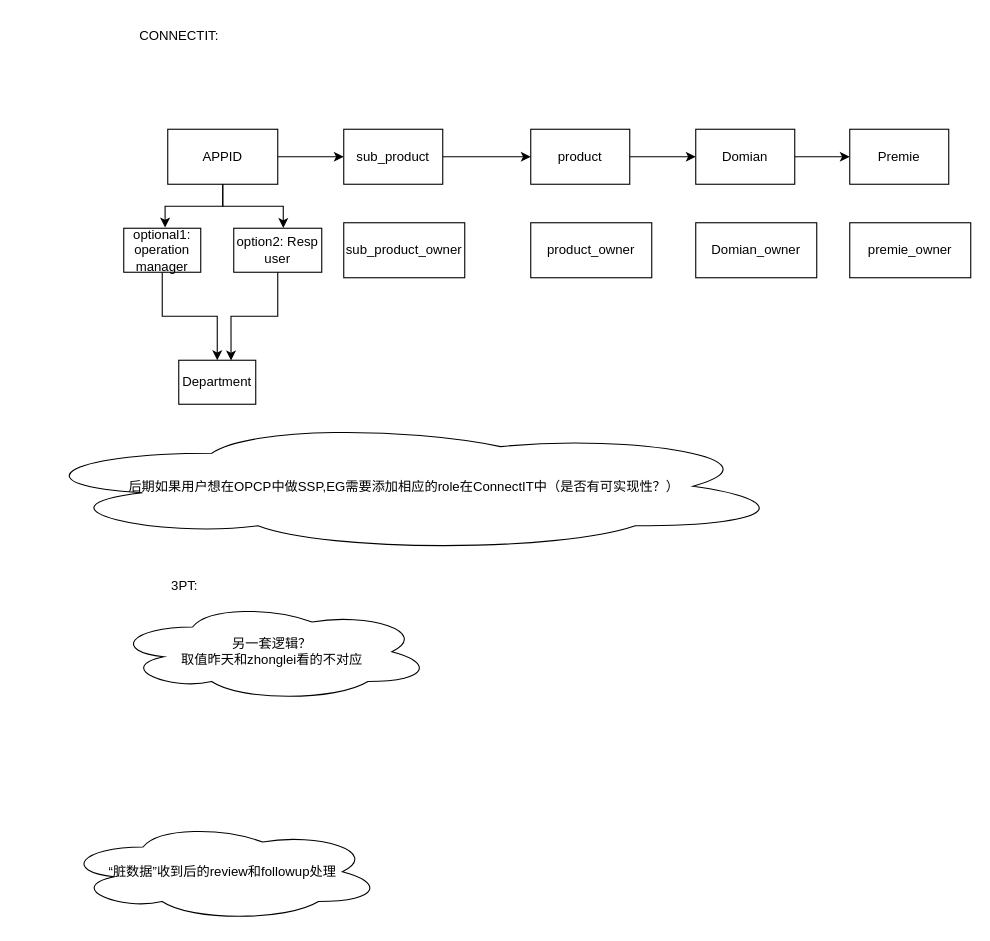
Before: 未命名绘图.drawio in sjlmsj/aaa, a draw.io diagram. Source tidied: cells renumbered, new cells numbered last; positions are measured from the earlier drawing's top-left corner, leaving out a move shared by most shapes. Both pictures are drawn from the tidied source at 110%, with x=0, y=0 at pixel (19, 19).
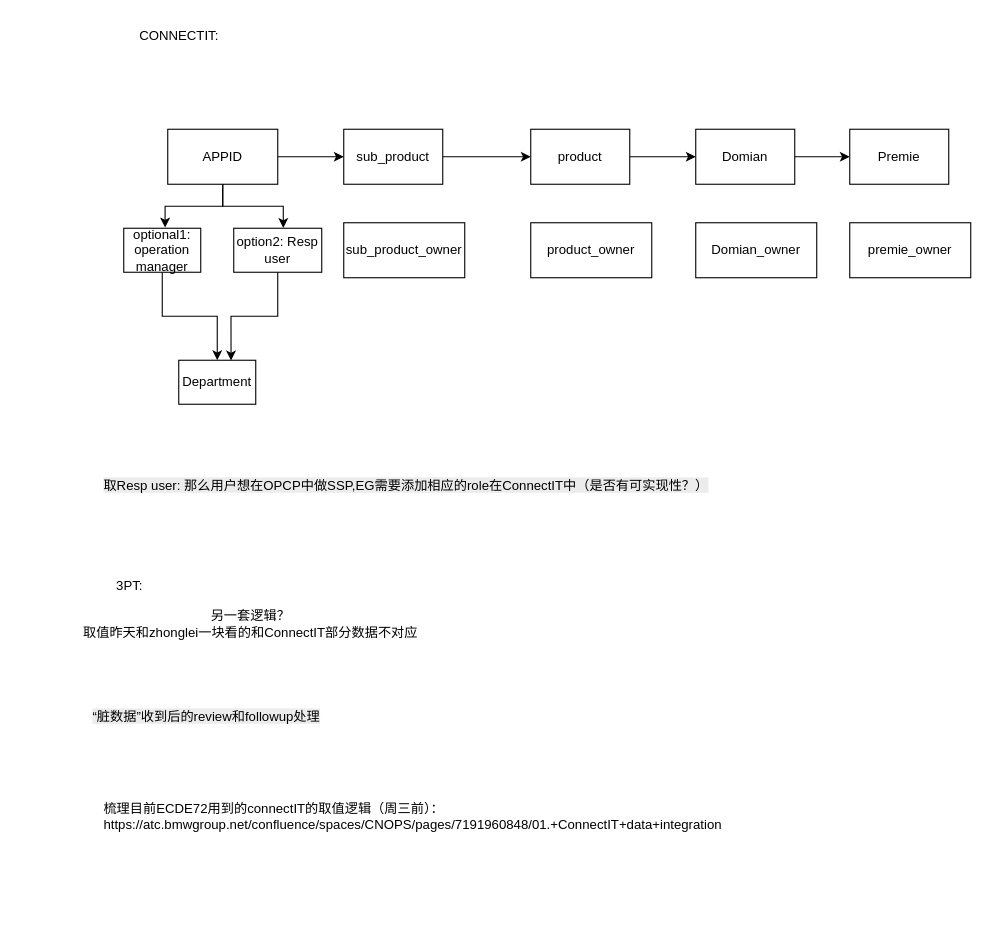
The same diagram, later.

Commit message:
更新未命名绘图.drawio

Diff of the diagram source:
```diff
@@
     <mxCell id="23" value="3PT:" style="text;html=1;align=center;verticalAlign=middle;strokeColor=none;fillColor=none;" parent="1" vertex="1">
-      <mxGeometry x="125" y="500" width="50" height="30" as="geometry" />
+      <mxGeometry x="75" y="500" width="50" height="30" as="geometry" />
     </mxCell>
-    <mxCell id="24" value="&lt;span style=&quot;text-wrap-mode: nowrap;&quot;&gt;另一套逻辑？&lt;/span&gt;&lt;div style=&quot;text-wrap-mode: nowrap;&quot;&gt;取值昨天和zhonglei看的不对应&lt;/div&gt;" style="ellipse;shape=cloud;whiteSpace=wrap;html=1;" parent="1" vertex="1">
-      <mxGeometry x="85" y="530" width="290" height="90" as="geometry" />
-    </mxCell>
-    <mxCell id="25" value="&lt;span style=&quot;text-wrap-mode: nowrap;&quot;&gt;后期如果用户想在OPCP中做SSP,EG需要添加相应的role在ConnectIT中（是否有可实现性？）&lt;/span&gt;" style="ellipse;shape=cloud;whiteSpace=wrap;html=1;" parent="1" vertex="1">
-      <mxGeometry y="364.5" width="700" height="120" as="geometry" />
-    </mxCell>
+    <mxCell id="27" value="&lt;span style=&quot;color: rgb(0, 0, 0); font-family: Helvetica; font-size: 12px; font-style: normal; font-variant-ligatures: normal; font-variant-caps: normal; font-weight: 400; letter-spacing: normal; orphans: 2; text-align: center; text-indent: 0px; text-transform: none; widows: 2; word-spacing: 0px; -webkit-text-stroke-width: 0px; white-space: nowrap; background-color: rgb(236, 236, 236); text-decoration-thickness: initial; text-decoration-style: initial; text-decoration-color: initial; float: none; display: inline !important;&quot;&gt;取Resp user: 那么用户想在OPCP中做SSP,EG需要添加相应的role在ConnectIT中（是否有可实现性？）&lt;/span&gt;" style="text;whiteSpace=wrap;html=1;" parent="1" vertex="1">
+      <mxGeometry x="75" y="410" width="530" height="40" as="geometry" />
+    </mxCell>
+    <mxCell id="28" value="另一套逻辑？&lt;div&gt;取值昨天和zhonglei一块看的和ConnectIT部分数据不对应&lt;/div&gt;" style="text;html=1;align=center;verticalAlign=middle;strokeColor=none;fillColor=none;" parent="1" vertex="1">
+      <mxGeometry x="45" y="530" width="330" height="40" as="geometry" />
+    </mxCell>
-    <mxCell id="26" value="&lt;span style=&quot;text-wrap-mode: nowrap;&quot;&gt;“脏数据”收到后的review和followup处理&lt;/span&gt;" style="ellipse;shape=cloud;whiteSpace=wrap;html=1;" parent="1" vertex="1">
-      <mxGeometry x="40" y="730" width="290" height="90" as="geometry" />
+    <mxCell id="26" value="&lt;span style=&quot;color: rgb(0, 0, 0); font-family: Helvetica; font-size: 12px; font-style: normal; font-variant-ligatures: normal; font-variant-caps: normal; font-weight: 400; letter-spacing: normal; orphans: 2; text-align: center; text-indent: 0px; text-transform: none; widows: 2; word-spacing: 0px; -webkit-text-stroke-width: 0px; white-space: nowrap; background-color: rgb(236, 236, 236); text-decoration-thickness: initial; text-decoration-style: initial; text-decoration-color: initial; display: inline !important; float: none;&quot;&gt;“脏数据”收到后的review和followup处理&lt;/span&gt;" style="text;whiteSpace=wrap;html=1;" parent="1" vertex="1">
+      <mxGeometry x="65" y="620" width="240" height="40" as="geometry" />
     </mxCell>
+    <mxCell id="29" value="&lt;div&gt;梳理目前ECDE72用到的connectIT的取值逻辑（周三前）：&lt;/div&gt;https://atc.bmwgroup.net/confluence/spaces/CNOPS/pages/7191960848/01.+ConnectIT+data+integration" style="text;html=1;align=left;verticalAlign=middle;strokeColor=none;fillColor=none;" parent="1" vertex="1">
+      <mxGeometry x="75" y="705" width="590" height="40" as="geometry" />
+    </mxCell>
```
